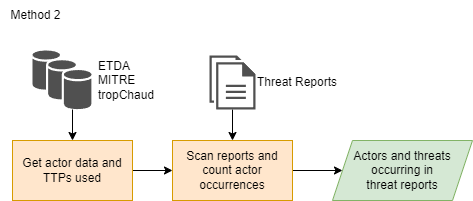
Before: docs/images/Method2.png, a diagram exported from draw.io (AbeWinters/Threat-Profiles-for-Control-Prioritization). Source tidied: cells renumbered, new cells last; positions are measured from the earlier drawing's top-left corner, leaving out a move shared by most shapes. The source it was exported from:
```xml
<mxGraphModel>
  <root>
    <mxCell id="0" />
    <mxCell id="1" parent="0" />
    <mxCell id="2" style="edgeStyle=orthogonalEdgeStyle;rounded=0;jettySize=auto;html=1;entryX=0.5;entryY=0;entryDx=0;entryDy=0;" parent="1" edge="1" source="3" target="7">
      <mxGeometry relative="1" as="geometry" />
    </mxCell>
    <mxCell id="3" value="Threat Reports" style="sketch=0;shadow=0;dashed=0;html=1;strokeColor=none;fillColor=#505050;labelPosition=right;verticalLabelPosition=middle;verticalAlign=middle;outlineConnect=0;align=left;shape=mxgraph.office.concepts.documents;" parent="1" vertex="1">
      <mxGeometry x="209" y="55" width="46" height="54" as="geometry" />
    </mxCell>
    <mxCell id="4" style="edgeStyle=orthogonalEdgeStyle;rounded=0;jettySize=auto;html=1;entryX=0.5;entryY=0;entryDx=0;entryDy=0;" parent="1" edge="1" source="5" target="9">
      <mxGeometry relative="1" as="geometry">
        <Array as="points">
          <mxPoint x="72" y="80" />
        </Array>
      </mxGeometry>
    </mxCell>
    <mxCell id="5" value="ETDA&lt;br&gt;MITRE&lt;br&gt;tropChaud" style="sketch=0;shadow=0;dashed=0;html=1;strokeColor=none;fillColor=#505050;labelPosition=right;verticalLabelPosition=middle;verticalAlign=middle;outlineConnect=0;align=left;shape=mxgraph.office.databases.database_availability_group;spacingLeft=5;" parent="1" vertex="1">
      <mxGeometry x="32" y="50" width="59" height="59" as="geometry" />
    </mxCell>
    <mxCell id="6" style="edgeStyle=orthogonalEdgeStyle;rounded=0;jettySize=auto;html=1;entryX=0;entryY=0.5;entryDx=0;entryDy=0;" parent="1" edge="1" source="7" target="10">
      <mxGeometry relative="1" as="geometry" />
    </mxCell>
    <mxCell id="7" value="Scan reports and count actor occurrences" style="rounded=0;whiteSpace=wrap;html=1;fillColor=#ffe6cc;strokeColor=#d79b00;" parent="1" vertex="1">
      <mxGeometry x="172" y="140" width="120" height="60" as="geometry" />
    </mxCell>
    <mxCell id="8" style="edgeStyle=orthogonalEdgeStyle;rounded=0;jettySize=auto;html=1;entryX=0;entryY=0.5;entryDx=0;entryDy=0;" parent="1" edge="1" source="9" target="7">
      <mxGeometry relative="1" as="geometry" />
    </mxCell>
    <mxCell id="9" value="Get actor data and TTPs used" style="rounded=0;whiteSpace=wrap;html=1;fillColor=#ffe6cc;strokeColor=#d79b00;" parent="1" vertex="1">
      <mxGeometry x="12" y="140" width="120" height="60" as="geometry" />
    </mxCell>
    <mxCell id="10" value="Actors and threats occurring in &lt;br&gt;threat reports" style="shape=parallelogram;perimeter=parallelogramPerimeter;whiteSpace=wrap;html=1;fixedSize=1;fillColor=#d5e8d4;strokeColor=#82b366;" parent="1" vertex="1">
      <mxGeometry x="332" y="140" width="140" height="60" as="geometry" />
    </mxCell>
    <mxCell id="11" value="Method 2" style="text;html=1;align=center;verticalAlign=middle;strokeColor=none;fillColor=none;" parent="1" vertex="1">
      <mxGeometry width="70" height="30" as="geometry" />
    </mxCell>
  </root>
</mxGraphModel>
```
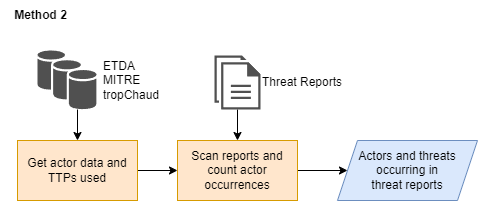
Above is the later version.

Commit message:
Add 2nd method, determining actors by operations. Include ttp subset experiments

What changed in the source:
```diff
@@ -30,11 +30,11 @@
     <mxCell id="9" value="Get actor data and TTPs used" style="rounded=0;whiteSpace=wrap;html=1;fillColor=#ffe6cc;strokeColor=#d79b00;" parent="1" vertex="1">
       <mxGeometry x="12" y="140" width="120" height="60" as="geometry" />
     </mxCell>
-    <mxCell id="10" value="Actors and threats occurring in &lt;br&gt;threat reports" style="shape=parallelogram;perimeter=parallelogramPerimeter;whiteSpace=wrap;html=1;fixedSize=1;fillColor=#d5e8d4;strokeColor=#82b366;" parent="1" vertex="1">
+    <mxCell id="10" value="Actors and threats occurring in &lt;br&gt;threat reports" style="shape=parallelogram;perimeter=parallelogramPerimeter;whiteSpace=wrap;html=1;fixedSize=1;fillColor=#dae8fc;strokeColor=#6c8ebf;" parent="1" vertex="1">
       <mxGeometry x="332" y="140" width="140" height="60" as="geometry" />
     </mxCell>
-    <mxCell id="11" value="Method 2" style="text;html=1;align=center;verticalAlign=middle;strokeColor=none;fillColor=none;" parent="1" vertex="1">
-      <mxGeometry width="70" height="30" as="geometry" />
+    <mxCell id="11" value="Method 2" style="text;html=1;align=center;verticalAlign=middle;strokeColor=none;fillColor=none;fontStyle=1;" parent="1" vertex="1">
+      <mxGeometry x="-5" width="80" height="30" as="geometry" />
     </mxCell>
   </root>
 </mxGraphModel>
```
